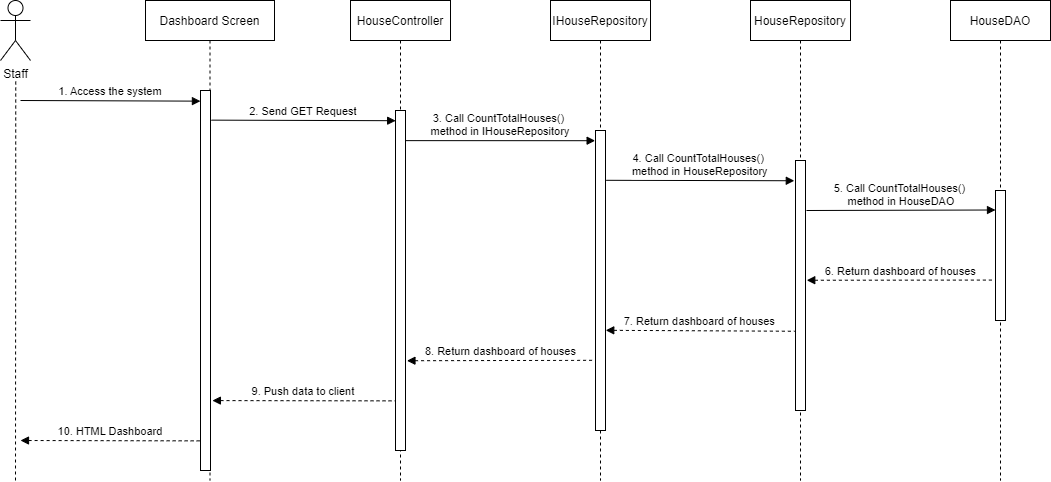
Before: Documentation/Diagram/Sequence Diagrams/(Staff) Dashboard Sequence Diagram.drawio.png, a diagram exported from draw.io (nguyenthegiang/fu-house-finder). Source tidied: cells renumbered, new cells last; positions are measured from the earlier drawing's top-left corner, leaving out a move shared by most shapes.
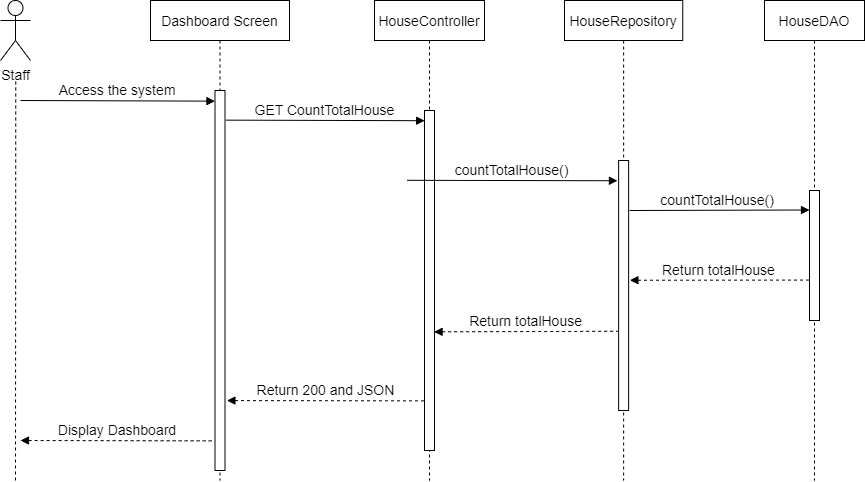
After the change.

The edit, as a diff of the source:
```diff
@@ -2,80 +2,68 @@
   <root>
     <mxCell id="0" />
     <mxCell id="1" parent="0" />
-    <mxCell id="2" value="Dashboard Screen" style="shape=umlLifeline;perimeter=lifelinePerimeter;rounded=0;shadow=0;strokeWidth=1;" parent="1" vertex="1">
-      <mxGeometry x="145" width="129" height="480" as="geometry" />
+    <mxCell id="2" value="Dashboard Screen" style="shape=umlLifeline;perimeter=lifelinePerimeter;rounded=0;shadow=0;strokeWidth=1;fontSize=14;" parent="1" vertex="1">
+      <mxGeometry x="226" y="639" width="139" height="480" as="geometry" />
     </mxCell>
-    <mxCell id="3" style="points=[];perimeter=orthogonalPerimeter;rounded=0;shadow=0;strokeWidth=1;" parent="2" vertex="1">
-      <mxGeometry x="55" y="90" width="10" height="380" as="geometry" />
-    </mxCell>
+    <mxCell id="24" style="points=[];perimeter=orthogonalPerimeter;rounded=0;shadow=0;strokeWidth=1;fontSize=14;" parent="2" vertex="1">
+      <mxGeometry x="64.5" y="90" width="10" height="380" as="geometry" />
+    </mxCell>
-    <mxCell id="4" value="HouseController" style="shape=umlLifeline;perimeter=lifelinePerimeter;rounded=0;shadow=0;strokeWidth=1;" parent="1" vertex="1">
-      <mxGeometry x="350" width="100" height="480" as="geometry" />
+    <mxCell id="4" value="HouseController" style="shape=umlLifeline;perimeter=lifelinePerimeter;rounded=0;shadow=0;strokeWidth=1;fontSize=14;" parent="1" vertex="1">
+      <mxGeometry x="450" y="639" width="110" height="480" as="geometry" />
     </mxCell>
-    <mxCell id="5" style="points=[];perimeter=orthogonalPerimeter;rounded=0;shadow=0;strokeWidth=1;" parent="4" vertex="1">
-      <mxGeometry x="45" y="110" width="10" height="340" as="geometry" />
-    </mxCell>
+    <mxCell id="25" style="points=[];perimeter=orthogonalPerimeter;rounded=0;shadow=0;strokeWidth=1;fontSize=14;" parent="4" vertex="1">
+      <mxGeometry x="50" y="110" width="10" height="340" as="geometry" />
+    </mxCell>
-    <mxCell id="6" value="Staff" style="shape=umlActor;verticalLabelPosition=bottom;verticalAlign=top;html=1;" parent="1" vertex="1">
-      <mxGeometry width="30" height="60" as="geometry" />
+    <mxCell id="6" value="Staff" style="shape=umlActor;verticalLabelPosition=bottom;verticalAlign=top;html=1;fontSize=14;" parent="1" vertex="1">
+      <mxGeometry x="76" y="639" width="30" height="60" as="geometry" />
     </mxCell>
-    <mxCell id="7" style="endArrow=none;dashed=1;html=1;rounded=0;startArrow=none;" parent="1" edge="1">
-      <mxGeometry relative="1" as="geometry">
-        <mxPoint x="15" y="480" as="sourcePoint" />
-        <mxPoint x="15.2" y="80" as="targetPoint" />
-      </mxGeometry>
-    </mxCell>
-    <mxCell id="8" value="1. Access the system" style="verticalAlign=bottom;endArrow=block;entryX=-0.007;entryY=0.028;shadow=0;strokeWidth=1;entryDx=0;entryDy=0;entryPerimeter=0;" parent="1" edge="1" target="3">
-      <mxGeometry relative="1" as="geometry">
-        <mxPoint x="20" y="100" as="sourcePoint" />
-      </mxGeometry>
-    </mxCell>
-    <mxCell id="9" value="2. Send GET Request" style="verticalAlign=bottom;endArrow=block;shadow=0;strokeWidth=1;entryX=0.016;entryY=0.03;entryDx=0;entryDy=0;entryPerimeter=0;exitX=1.094;exitY=0.078;exitDx=0;exitDy=0;exitPerimeter=0;" parent="1" edge="1" source="3" target="5">
-      <mxGeometry relative="1" as="geometry" />
-    </mxCell>
-    <mxCell id="10" value="IHouseRepository" style="shape=umlLifeline;perimeter=lifelinePerimeter;rounded=0;shadow=0;strokeWidth=1;" parent="1" vertex="1">
-      <mxGeometry x="550" width="100" height="480" as="geometry" />
-    </mxCell>
-    <mxCell id="11" style="points=[];perimeter=orthogonalPerimeter;rounded=0;shadow=0;strokeWidth=1;" parent="10" vertex="1">
-      <mxGeometry x="45" y="130" width="10" height="300" as="geometry" />
-    </mxCell>
-    <mxCell id="12" value="3. Call CountTotalHouses()  &#10;method in IHouseRepository" style="verticalAlign=bottom;endArrow=block;shadow=0;strokeWidth=1;entryX=-0.037;entryY=0.034;entryDx=0;entryDy=0;entryPerimeter=0;exitX=1.019;exitY=0.159;exitDx=0;exitDy=0;exitPerimeter=0;" parent="10" edge="1" target="11">
-      <mxGeometry relative="1" as="geometry">
-        <mxPoint x="-145" y="140.1" as="sourcePoint" />
-      </mxGeometry>
-    </mxCell>
+    <mxCell id="26" style="endArrow=none;dashed=1;html=1;rounded=0;startArrow=none;fontSize=14;" parent="1" edge="1">
+      <mxGeometry relative="1" as="geometry">
+        <mxPoint x="91" y="1119" as="sourcePoint" />
+        <mxPoint x="91.2" y="719" as="targetPoint" />
+      </mxGeometry>
+    </mxCell>
+    <mxCell id="27" value="Access the system" style="verticalAlign=bottom;endArrow=block;entryX=-0.007;entryY=0.028;shadow=0;strokeWidth=1;entryDx=0;entryDy=0;entryPerimeter=0;fontSize=14;" parent="1" edge="1" target="24">
+      <mxGeometry relative="1" as="geometry">
+        <mxPoint x="96" y="739" as="sourcePoint" />
+      </mxGeometry>
+    </mxCell>
+    <mxCell id="28" value="GET CountTotalHouse" style="verticalAlign=bottom;endArrow=block;shadow=0;strokeWidth=1;entryX=0.016;entryY=0.03;entryDx=0;entryDy=0;entryPerimeter=0;exitX=1.094;exitY=0.078;exitDx=0;exitDy=0;exitPerimeter=0;fontSize=14;" parent="1" edge="1" source="24" target="25">
+      <mxGeometry relative="1" as="geometry" />
+    </mxCell>
-    <mxCell id="13" value="HouseRepository" style="shape=umlLifeline;perimeter=lifelinePerimeter;rounded=0;shadow=0;strokeWidth=1;" parent="1" vertex="1">
-      <mxGeometry x="750" width="100" height="480" as="geometry" />
+    <mxCell id="13" value="HouseRepository" style="shape=umlLifeline;perimeter=lifelinePerimeter;rounded=0;shadow=0;strokeWidth=1;fontSize=14;" parent="1" vertex="1">
+      <mxGeometry x="640" y="639" width="118.2" height="480" as="geometry" />
     </mxCell>
-    <mxCell id="14" style="points=[];perimeter=orthogonalPerimeter;rounded=0;shadow=0;strokeWidth=1;" parent="13" vertex="1">
-      <mxGeometry x="45" y="160" width="10" height="250" as="geometry" />
-    </mxCell>
+    <mxCell id="29" style="points=[];perimeter=orthogonalPerimeter;rounded=0;shadow=0;strokeWidth=1;fontSize=14;" parent="13" vertex="1">
+      <mxGeometry x="54.1" y="160" width="10" height="250" as="geometry" />
+    </mxCell>
-    <mxCell id="15" value="HouseDAO" style="shape=umlLifeline;perimeter=lifelinePerimeter;rounded=0;shadow=0;strokeWidth=1;" parent="1" vertex="1">
-      <mxGeometry x="950" width="100" height="480" as="geometry" />
+    <mxCell id="15" value="HouseDAO" style="shape=umlLifeline;perimeter=lifelinePerimeter;rounded=0;shadow=0;strokeWidth=1;fontSize=14;" parent="1" vertex="1">
+      <mxGeometry x="840" y="639" width="100" height="480" as="geometry" />
     </mxCell>
-    <mxCell id="16" style="points=[];perimeter=orthogonalPerimeter;rounded=0;shadow=0;strokeWidth=1;" parent="15" vertex="1">
-      <mxGeometry x="45" y="190" width="10" height="130" as="geometry" />
-    </mxCell>
-    <mxCell id="17" value="4. Call CountTotalHouses()  &#10;method in HouseRepository" style="verticalAlign=bottom;endArrow=block;shadow=0;strokeWidth=1;exitX=1.076;exitY=0.166;exitDx=0;exitDy=0;exitPerimeter=0;entryX=-0.12;entryY=0.081;entryDx=0;entryDy=0;entryPerimeter=0;" parent="1" edge="1" source="11" target="14">
-      <mxGeometry relative="1" as="geometry" />
-    </mxCell>
-    <mxCell id="18" value="5. Call CountTotalHouses()  &#10;method in HouseDAO" style="verticalAlign=bottom;endArrow=block;shadow=0;strokeWidth=1;exitX=1.097;exitY=0.2;exitDx=0;exitDy=0;exitPerimeter=0;entryX=0;entryY=0.15;entryDx=0;entryDy=0;entryPerimeter=0;" parent="1" edge="1" source="14" target="16">
-      <mxGeometry relative="1" as="geometry" />
-    </mxCell>
-    <mxCell id="19" value="6. Return dashboard of houses" style="verticalAlign=bottom;endArrow=none;shadow=0;strokeWidth=1;entryX=-0.102;entryY=0.689;entryDx=0;entryDy=0;entryPerimeter=0;endFill=0;startArrow=block;startFill=1;dashed=1;exitX=1.126;exitY=0.479;exitDx=0;exitDy=0;exitPerimeter=0;" parent="1" edge="1" source="14" target="16">
-      <mxGeometry relative="1" as="geometry" />
-    </mxCell>
-    <mxCell id="20" value="7. Return dashboard of houses" style="verticalAlign=bottom;endArrow=none;shadow=0;strokeWidth=1;endFill=0;startArrow=block;startFill=1;dashed=1;exitX=1.025;exitY=0.666;exitDx=0;exitDy=0;exitPerimeter=0;entryX=-0.079;entryY=0.683;entryDx=0;entryDy=0;entryPerimeter=0;" parent="1" edge="1" source="11" target="14">
-      <mxGeometry relative="1" as="geometry" />
-    </mxCell>
-    <mxCell id="21" value="8. Return dashboard of houses" style="verticalAlign=bottom;endArrow=none;shadow=0;strokeWidth=1;entryX=-0.109;entryY=0.766;entryDx=0;entryDy=0;entryPerimeter=0;endFill=0;startArrow=block;startFill=1;dashed=1;exitX=1.145;exitY=0.736;exitDx=0;exitDy=0;exitPerimeter=0;" parent="1" edge="1" source="5" target="11">
-      <mxGeometry relative="1" as="geometry" />
-    </mxCell>
-    <mxCell id="22" value="9. Push data to client" style="verticalAlign=bottom;endArrow=none;shadow=0;strokeWidth=1;entryX=-0.049;entryY=0.854;entryDx=0;entryDy=0;entryPerimeter=0;endFill=0;startArrow=block;startFill=1;dashed=1;exitX=1.19;exitY=0.816;exitDx=0;exitDy=0;exitPerimeter=0;" parent="1" edge="1" source="3" target="5">
-      <mxGeometry relative="1" as="geometry" />
-    </mxCell>
-    <mxCell id="23" value="10. HTML Dashboard" style="verticalAlign=bottom;endArrow=none;shadow=0;strokeWidth=1;entryX=-0.034;entryY=0.922;entryDx=0;entryDy=0;entryPerimeter=0;endFill=0;startArrow=block;startFill=1;dashed=1;" parent="1" edge="1" target="3">
-      <mxGeometry relative="1" as="geometry">
-        <mxPoint x="20" y="440" as="sourcePoint" />
-      </mxGeometry>
-    </mxCell>
+    <mxCell id="30" style="points=[];perimeter=orthogonalPerimeter;rounded=0;shadow=0;strokeWidth=1;fontSize=14;" parent="15" vertex="1">
+      <mxGeometry x="45" y="190" width="10" height="130" as="geometry" />
+    </mxCell>
+    <mxCell id="31" value="countTotalHouse()" style="verticalAlign=bottom;endArrow=block;shadow=0;strokeWidth=1;exitX=1.076;exitY=0.166;exitDx=0;exitDy=0;exitPerimeter=0;entryX=-0.12;entryY=0.081;entryDx=0;entryDy=0;entryPerimeter=0;fontSize=14;" parent="1" edge="1" target="29">
+      <mxGeometry relative="1" as="geometry">
+        <mxPoint x="482.5" y="818.8" as="sourcePoint" />
+      </mxGeometry>
+    </mxCell>
+    <mxCell id="32" value="countTotalHouse() " style="verticalAlign=bottom;endArrow=block;shadow=0;strokeWidth=1;exitX=1.097;exitY=0.2;exitDx=0;exitDy=0;exitPerimeter=0;entryX=0;entryY=0.15;entryDx=0;entryDy=0;entryPerimeter=0;fontSize=14;" parent="1" edge="1" source="29" target="30">
+      <mxGeometry relative="1" as="geometry" />
+    </mxCell>
+    <mxCell id="33" value="Return totalHouse" style="verticalAlign=bottom;endArrow=none;shadow=0;strokeWidth=1;entryX=-0.102;entryY=0.689;entryDx=0;entryDy=0;entryPerimeter=0;endFill=0;startArrow=block;startFill=1;dashed=1;exitX=1.126;exitY=0.479;exitDx=0;exitDy=0;exitPerimeter=0;fontSize=14;" parent="1" edge="1" source="29" target="30">
+      <mxGeometry relative="1" as="geometry" />
+    </mxCell>
+    <mxCell id="34" value="Return totalHouse" style="verticalAlign=bottom;endArrow=none;shadow=0;strokeWidth=1;endFill=0;startArrow=block;startFill=1;dashed=1;entryX=-0.079;entryY=0.683;entryDx=0;entryDy=0;entryPerimeter=0;fontSize=14;exitX=0.956;exitY=0.651;exitDx=0;exitDy=0;exitPerimeter=0;" parent="1" edge="1" source="25" target="29">
+      <mxGeometry relative="1" as="geometry" />
+    </mxCell>
+    <mxCell id="35" value="Return 200 and JSON" style="verticalAlign=bottom;endArrow=none;shadow=0;strokeWidth=1;entryX=-0.049;entryY=0.854;entryDx=0;entryDy=0;entryPerimeter=0;endFill=0;startArrow=block;startFill=1;dashed=1;exitX=1.19;exitY=0.816;exitDx=0;exitDy=0;exitPerimeter=0;fontSize=14;" parent="1" edge="1" source="24" target="25">
+      <mxGeometry relative="1" as="geometry" />
+    </mxCell>
+    <mxCell id="36" value="Display Dashboard" style="verticalAlign=bottom;endArrow=none;shadow=0;strokeWidth=1;entryX=-0.034;entryY=0.922;entryDx=0;entryDy=0;entryPerimeter=0;endFill=0;startArrow=block;startFill=1;dashed=1;fontSize=14;" parent="1" edge="1" target="24">
+      <mxGeometry relative="1" as="geometry">
+        <mxPoint x="96" y="1079" as="sourcePoint" />
+      </mxGeometry>
+    </mxCell>
   </root>
 </mxGraphModel>
```
